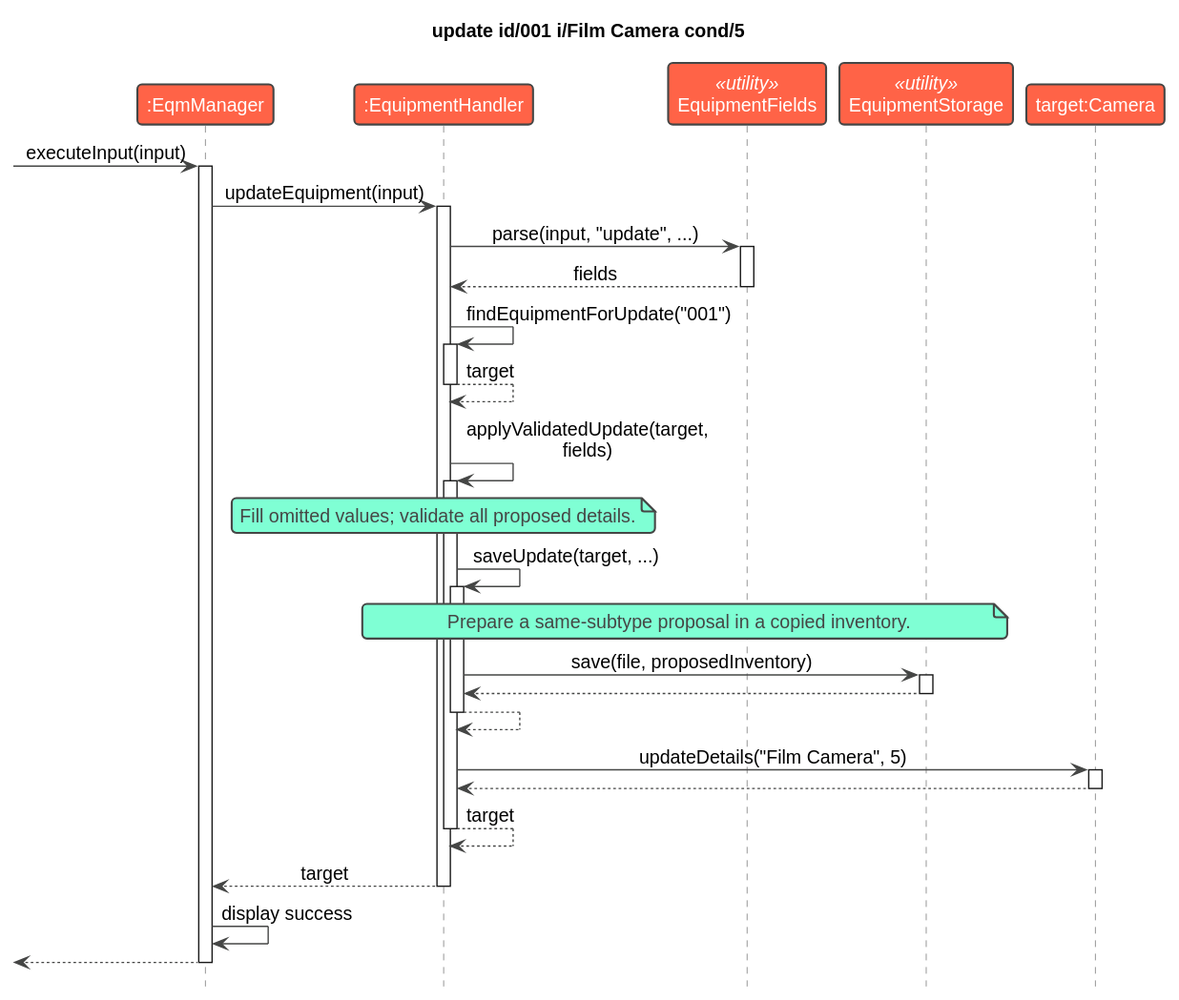
This is docs/images/equipment-update-sequence.svg from AY2627S1-CS2113-W13-1/tp, a PlantUML export, as it was before one commit.
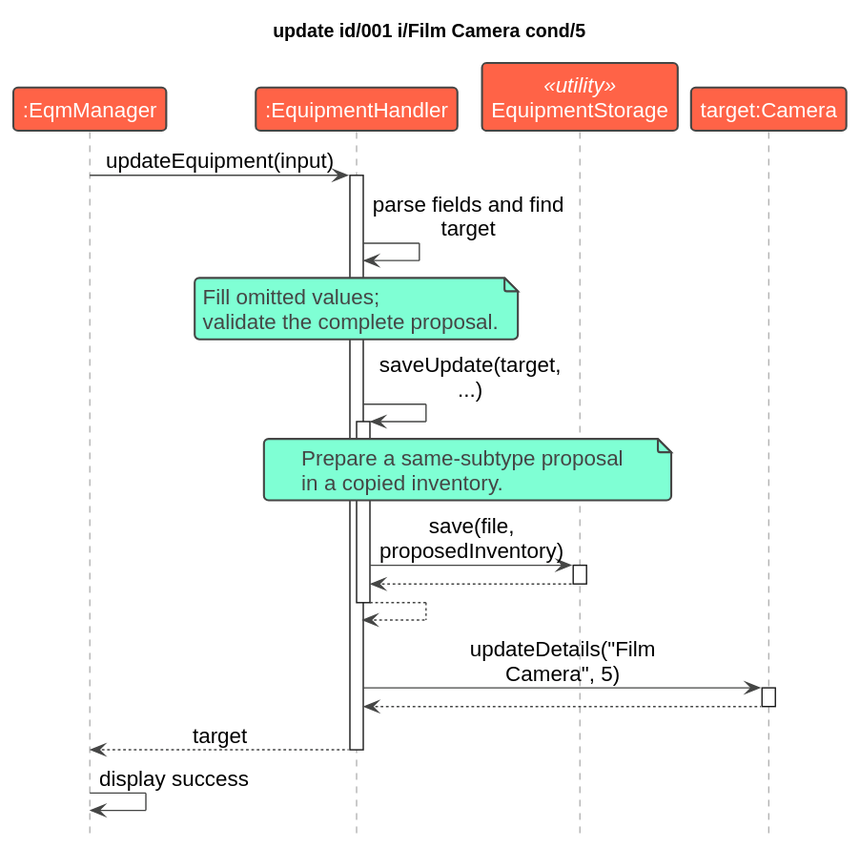
The same file after the commit.

Change to the diagram source:
```diff
@@ -2,36 +2,24 @@
 !include ../style.puml
 hide footbox
 skinparam sequenceMessageAlign center
-skinparam maxMessageSize 210
+skinparam maxMessageSize 150
+skinparam defaultFontSize 16
 
 participant ":EqmManager" as Manager
 participant ":EquipmentHandler" as Handler
-participant "EquipmentFields" as Fields <<utility>>
 participant "EquipmentStorage" as Storage <<utility>>
 participant "target:Camera" as Target
 
 title update id/001 i/Film Camera cond/5
 
-[-> Manager : executeInput(input)
-activate Manager
 Manager -> Handler : updateEquipment(input)
 activate Handler
-Handler -> Fields : parse(input, "update", ...)
-activate Fields
-Fields --> Handler : fields
-deactivate Fields
-Handler -> Handler : findEquipmentForUpdate("001")
-activate Handler
-Handler --> Handler : target
-deactivate Handler
-
-Handler -> Handler : applyValidatedUpdate(target, fields)
-activate Handler
-note over Handler : Fill omitted values; validate all proposed details.
+Handler -> Handler : parse fields and find target
+note over Handler : Fill omitted values;\nvalidate the complete proposal.
 
 Handler -> Handler : saveUpdate(target, ...)
 activate Handler
-note over Handler, Storage : Prepare a same-subtype proposal in a copied inventory.
+note over Handler, Storage : Prepare a same-subtype proposal\nin a copied inventory.
 Handler -> Storage : save(file, proposedInventory)
 activate Storage
 Storage --> Handler
@@ -43,11 +31,7 @@
 activate Target
 Target --> Handler
 deactivate Target
-Handler --> Handler : target
-deactivate Handler
 Handler --> Manager : target
 deactivate Handler
 Manager -> Manager : display success
-[<-- Manager
-deactivate Manager
 @enduml
```
